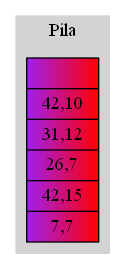
This is graficaPila.png from Tiago-130414/EDD_1S2019_P1_201313722, a Graphviz export, as it was before one commit. Its source is kept beside it as graficaPila.dot.
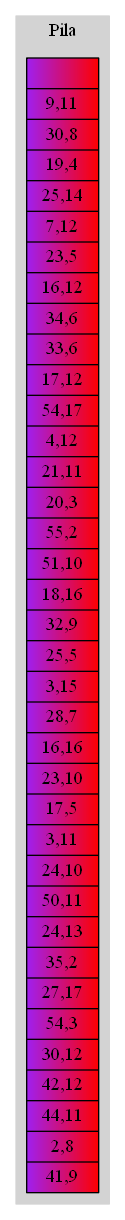
Above is the later version.

Change to the diagram source:
```diff
@@ -8,11 +8,42 @@
 node_GP[shape = record
 label="{
  |
-42,10|
-31,12|
-26,7|
-42,15|
-7,7}"
+9,11|
+30,8|
+19,4|
+25,14|
+7,12|
+23,5|
+16,12|
+34,6|
+33,6|
+17,12|
+54,17|
+4,12|
+21,11|
+20,3|
+55,2|
+51,10|
+18,16|
+32,9|
+25,5|
+3,15|
+28,7|
+16,16|
+23,10|
+17,5|
+3,11|
+24,10|
+50,11|
+24,13|
+35,2|
+27,17|
+54,3|
+30,12|
+42,12|
+44,11|
+2,8|
+41,9}"
 ];
 label = "Pila";
 }
```
